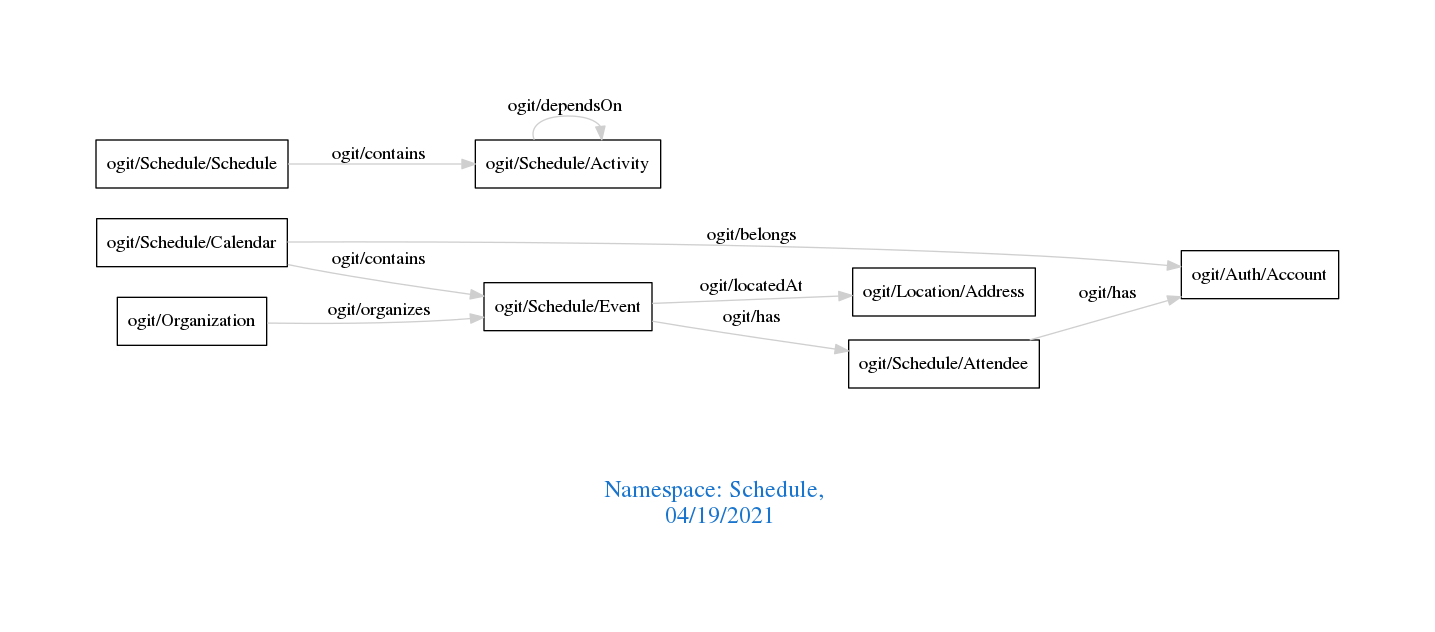
This is downloads/Schedule.png from arago/OGIT, a Graphviz export, as it was before one commit. Its source is kept beside it as downloads/Schedule.dot.
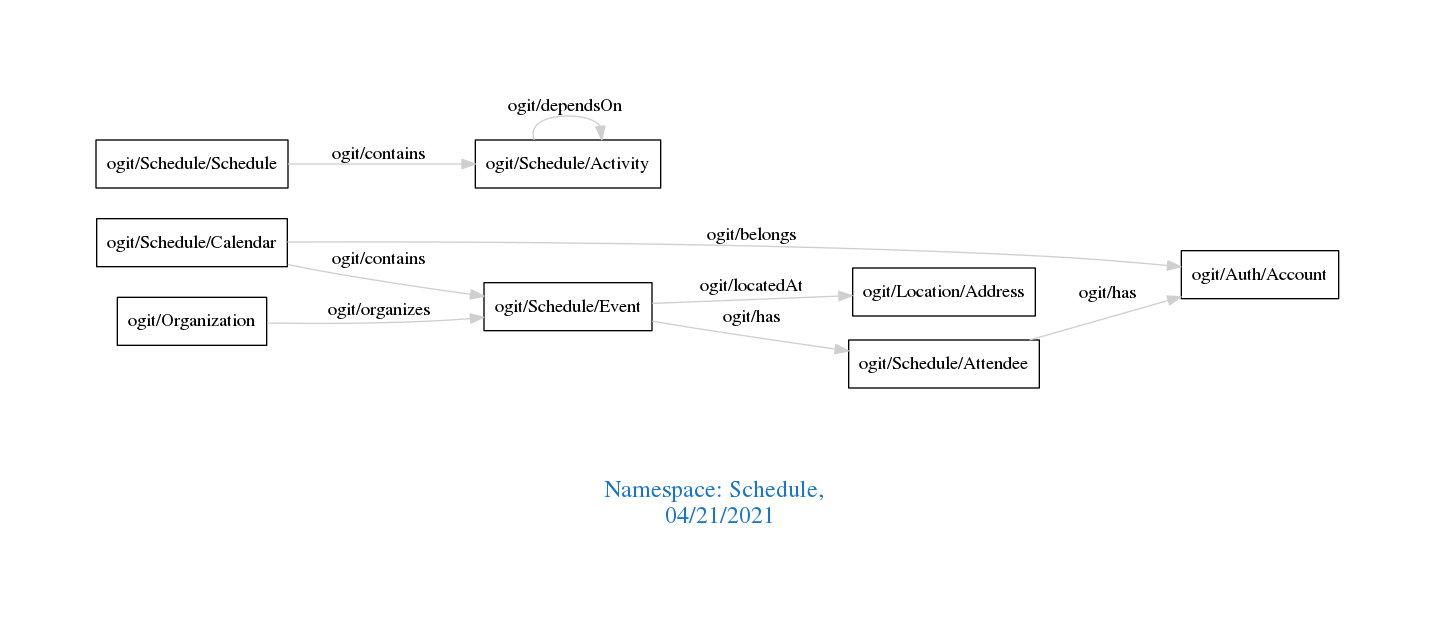
The same file after the commit.

The edit, as a diff of the source:
```diff
@@ -1,7 +1,7 @@
 digraph OGIT_ontology {
  graph [ rankdir= LR,pad=1
 fontsize = 18,
-fontcolor= dodgerblue3,label = "\n\n\nNamespace: Schedule, \n 04/19/2021"];
+fontcolor= dodgerblue3,label = "\n\n\nNamespace: Schedule, \n 04/21/2021"];
 node[shape=polygon];
 edge [  color="gray81"];
 
```
